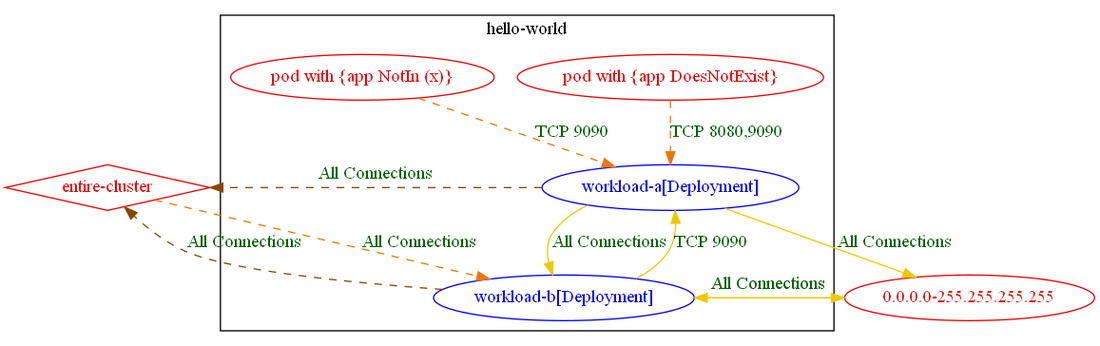
The Graphviz diagram test_outputs/connlist/exposure_test_exposure_with_different_rules_3_connlist_output.dot.png in np-guard/netpol-analyzer, before a commit. Its source is kept beside it as test_outputs/connlist/exposure_test_exposure_with_different_rules_3_connlist_output.dot.
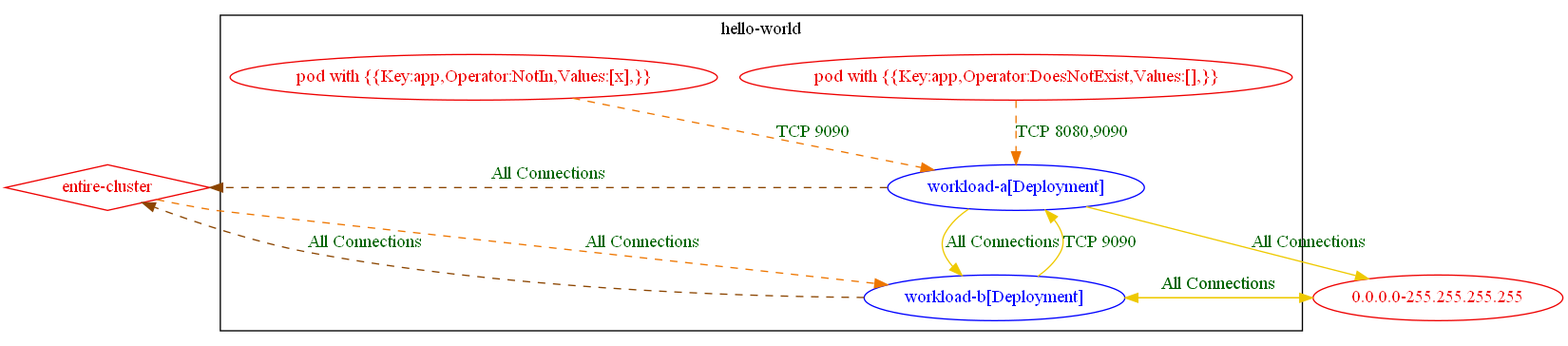
Later version of the same file.

The edit, as a diff of the source:
```diff
@@ -4,8 +4,8 @@
 		fontcolor="black"
 		"hello-world/workload-a[Deployment]" [label="workload-a[Deployment]" color="blue" fontcolor="blue"]
 		"hello-world/workload-b[Deployment]" [label="workload-b[Deployment]" color="blue" fontcolor="blue"]
-		"pod with {app DoesNotExist}_in_hello-world" [label="pod with {app DoesNotExist}" color="red2" fontcolor="red2"]
-		"pod with {app NotIn (x)}_in_hello-world" [label="pod with {app NotIn (x)}" color="red2" fontcolor="red2"]
+		"pod with {{Key:app,Operator:DoesNotExist,Values:[],}}_in_hello-world" [label="pod with {{Key:app,Operator:DoesNotExist,Values:[],}}" color="red2" fontcolor="red2"]
+		"pod with {{Key:app,Operator:NotIn,Values:[x],}}_in_hello-world" [label="pod with {{Key:app,Operator:NotIn,Values:[x],}}" color="red2" fontcolor="red2"]
 		label="hello-world"
 	}
 	"0.0.0.0-255.255.255.255" [label="0.0.0.0-255.255.255.255" color="red2" fontcolor="red2"]
@@ -18,6 +18,6 @@
 	"hello-world/workload-b[Deployment]" -> "0.0.0.0-255.255.255.255" [label="All Connections" color="gold2" fontcolor="darkgreen"]
 	"hello-world/workload-b[Deployment]" -> "entire-cluster" [label="All Connections" color="darkorange4" fontcolor="darkgreen" weight=0.5 style=dashed]
 	"hello-world/workload-b[Deployment]" -> "hello-world/workload-a[Deployment]" [label="TCP 9090" color="gold2" fontcolor="darkgreen"]
-	"pod with {app DoesNotExist}_in_hello-world" -> "hello-world/workload-a[Deployment]" [label="TCP 8080,9090" color="darkorange2" fontcolor="darkgreen" weight=1 style=dashed]
-	"pod with {app NotIn (x)}_in_hello-world" -> "hello-world/workload-a[Deployment]" [label="TCP 9090" color="darkorange2" fontcolor="darkgreen" weight=1 style=dashed]
+	"pod with {{Key:app,Operator:DoesNotExist,Values:[],}}_in_hello-world" -> "hello-world/workload-a[Deployment]" [label="TCP 8080,9090" color="darkorange2" fontcolor="darkgreen" weight=1 style=dashed]
+	"pod with {{Key:app,Operator:NotIn,Values:[x],}}_in_hello-world" -> "hello-world/workload-a[Deployment]" [label="TCP 9090" color="darkorange2" fontcolor="darkgreen" weight=1 style=dashed]
 }
```
